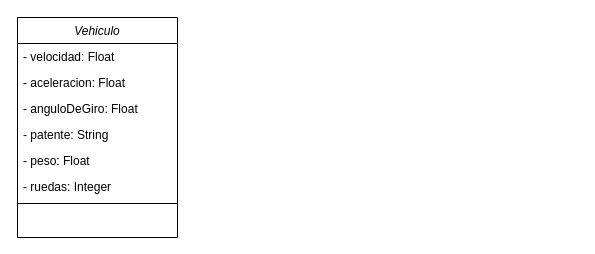
Before: 02-MODULE-JAVA/05-EJERCICIOS-INTEGRADORES/dakar/diagrama-clases.drawio in faacosta/IT-BOOTCAMP, a draw.io diagram. Source tidied: cells renumbered, new cells numbered last; positions are measured from the earlier drawing's top-left corner, leaving out a move shared by most shapes. Both pictures are drawn from the tidied source at 100%, with x=0, y=0 at pixel (17, 17).
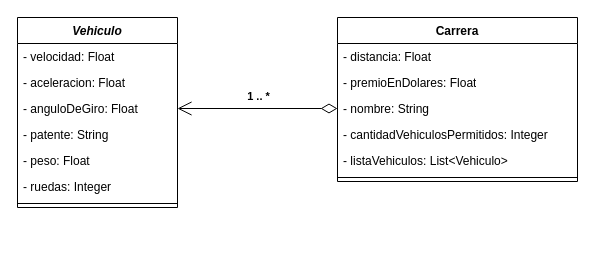
After the change.

Commit message:
Agrego clase Carrera y asociación de agregación

What changed in the source:
```diff
@@
 <mxGraphModel>
   <root>
     <mxCell id="0" />
     <mxCell id="1" parent="0" />
-    <mxCell id="2" value="Vehiculo" style="swimlane;fontStyle=2;align=center;verticalAlign=top;horizontal=1;startSize=26;rounded=0;shadow=0;strokeWidth=1;" parent="1" vertex="1">
-      <mxGeometry width="160" height="220" as="geometry" />
+    <mxCell id="2" value="Vehiculo" style="swimlane;fontStyle=3;align=center;verticalAlign=top;horizontal=1;startSize=26;rounded=0;shadow=0;strokeWidth=1;" parent="1" vertex="1">
+      <mxGeometry width="160" height="190" as="geometry" />
     </mxCell>
     <mxCell id="3" value="- velocidad: Float" style="text;align=left;verticalAlign=top;spacingLeft=4;spacingRight=4;overflow=hidden;" parent="2" vertex="1">
       <mxGeometry y="26" width="160" height="26" as="geometry" />
     </mxCell>
     <mxCell id="4" value="- aceleracion: Float" style="text;align=left;verticalAlign=top;spacingLeft=4;spacingRight=4;overflow=hidden;" parent="2" vertex="1">
       <mxGeometry y="52" width="160" height="26" as="geometry" />
     </mxCell>
     <mxCell id="5" value="- anguloDeGiro: Float" style="text;align=left;verticalAlign=top;spacingLeft=4;spacingRight=4;overflow=hidden;points=[[0,0.5],[1,0.5]];portConstraint=eastwest;" parent="2" vertex="1">
       <mxGeometry y="78" width="160" height="26" as="geometry" />
     </mxCell>
     <mxCell id="6" value="- patente: String" style="text;align=left;verticalAlign=top;spacingLeft=4;spacingRight=4;overflow=hidden;" parent="2" vertex="1">
       <mxGeometry y="104" width="160" height="26" as="geometry" />
     </mxCell>
     <mxCell id="7" value="- peso: Float" style="text;align=left;verticalAlign=top;spacingLeft=4;spacingRight=4;overflow=hidden;" parent="2" vertex="1">
       <mxGeometry y="130" width="160" height="26" as="geometry" />
     </mxCell>
     <mxCell id="8" value="- ruedas: Integer" style="text;align=left;verticalAlign=top;spacingLeft=4;spacingRight=4;overflow=hidden;" parent="2" vertex="1">
       <mxGeometry y="156" width="160" height="26" as="geometry" />
     </mxCell>
     <mxCell id="9" style="line;html=1;strokeWidth=1;align=left;verticalAlign=middle;spacingTop=-1;spacingLeft=3;spacingRight=3;labelPosition=right;" parent="2" vertex="1">
       <mxGeometry y="182" width="160" height="8" as="geometry" />
     </mxCell>
+    <mxCell id="10" value="Carrera" style="swimlane;fontStyle=1;align=center;verticalAlign=top;horizontal=1;startSize=26;whiteSpace=wrap;html=1;" parent="1" vertex="1">
+      <mxGeometry x="320" width="240" height="164" as="geometry" />
+    </mxCell>
+    <mxCell id="11" value="- distancia: Float" style="text;strokeColor=none;fillColor=none;align=left;verticalAlign=top;spacingLeft=4;spacingRight=4;overflow=hidden;whiteSpace=wrap;html=1;" parent="10" vertex="1">
+      <mxGeometry y="26" width="240" height="26" as="geometry" />
+    </mxCell>
+    <mxCell id="12" value="- premioEnDolares: Float" style="text;strokeColor=none;fillColor=none;align=left;verticalAlign=top;spacingLeft=4;spacingRight=4;overflow=hidden;whiteSpace=wrap;html=1;" parent="10" vertex="1">
+      <mxGeometry y="52" width="240" height="26" as="geometry" />
+    </mxCell>
+    <mxCell id="13" value="- nombre: String" style="text;strokeColor=none;fillColor=none;align=left;verticalAlign=top;spacingLeft=4;spacingRight=4;overflow=hidden;points=[[0,0.5],[1,0.5]];portConstraint=eastwest;whiteSpace=wrap;html=1;" parent="10" vertex="1">
+      <mxGeometry y="78" width="240" height="26" as="geometry" />
+    </mxCell>
+    <mxCell id="14" value="- cantidadVehiculosPermitidos: Integer" style="text;strokeColor=none;fillColor=none;align=left;verticalAlign=top;spacingLeft=4;spacingRight=4;overflow=hidden;whiteSpace=wrap;html=1;" parent="10" vertex="1">
+      <mxGeometry y="104" width="240" height="26" as="geometry" />
+    </mxCell>
+    <mxCell id="15" value="- listaVehiculos: List&amp;lt;Vehiculo&amp;gt;" style="text;strokeColor=none;fillColor=none;align=left;verticalAlign=top;spacingLeft=4;spacingRight=4;overflow=hidden;whiteSpace=wrap;html=1;" parent="10" vertex="1">
+      <mxGeometry y="130" width="240" height="26" as="geometry" />
+    </mxCell>
+    <mxCell id="16" style="line;strokeWidth=1;fillColor=none;align=left;verticalAlign=middle;spacingTop=-1;spacingLeft=3;spacingRight=3;labelPosition=right;strokeColor=inherit;" parent="10" vertex="1">
+      <mxGeometry y="156" width="240" height="8" as="geometry" />
+    </mxCell>
+    <mxCell id="17" style="endArrow=open;html=1;endSize=12;startArrow=diamondThin;startSize=14;startFill=0;edgeStyle=orthogonalEdgeStyle;align=left;verticalAlign=bottom;rounded=0;exitX=0;exitY=0.5;exitDx=0;exitDy=0;entryX=1;entryY=0.5;entryDx=0;entryDy=0;" parent="1" edge="1" source="13" target="5">
+      <mxGeometry x="-0.88" y="-11" relative="1" as="geometry" />
+    </mxCell>
+    <mxCell id="18" value="&lt;b&gt;1 .. *&lt;/b&gt;" style="edgeLabel;html=1;align=center;verticalAlign=middle;" parent="17" vertex="1">
+      <mxGeometry x="-0.89" y="-20" relative="1" as="geometry">
+        <mxPoint x="-71" y="7" as="offset" />
+      </mxGeometry>
+    </mxCell>
   </root>
 </mxGraphModel>
```
